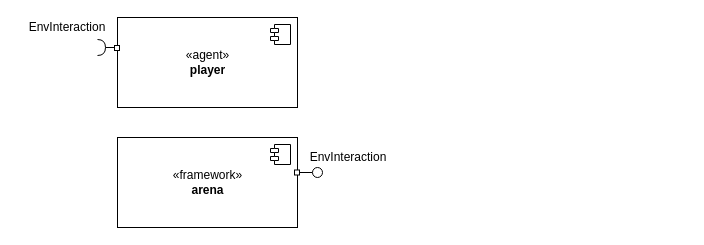
Earlier version of the draw.io diagram page "component" (2 of 3) of Documentation/game_world_1st_draft.drawio (MARS-Group-HAW/model-mars-laser-tag-game). Source tidied: cells renumbered, new cells numbered last; positions are measured from the earlier drawing's top-left corner, leaving out a move shared by most shapes. Both pictures are drawn from the tidied source at 100%, with x=0, y=0 at pixel (17, 17).
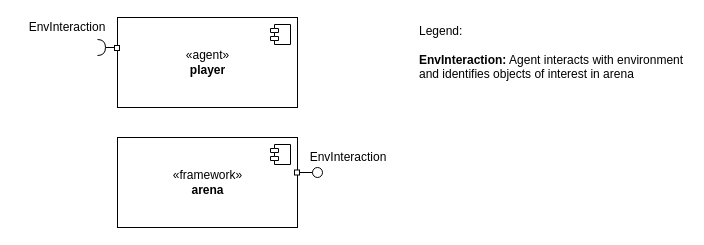
The same diagram, later.

Commit message (it also covers changes not shown here):
added legend to component diagram

The edit, as a diff of the source:
```diff
@@
 <mxGraphModel>
   <root>
     <mxCell id="0" />
     <mxCell id="1" parent="0" />
     <mxCell id="2" value="«agent»&lt;br&gt;&lt;b&gt;player&lt;/b&gt;" style="html=1;" parent="1" vertex="1">
       <mxGeometry x="100" width="180" height="90" as="geometry" />
     </mxCell>
     <mxCell id="3" style="shape=component;jettyWidth=8;jettyHeight=4;" parent="2" vertex="1">
       <mxGeometry x="1" width="20" height="20" relative="1" as="geometry">
         <mxPoint x="-27" y="7" as="offset" />
       </mxGeometry>
     </mxCell>
     <mxCell id="4" style="rounded=0;orthogonalLoop=1;jettySize=auto;html=1;endArrow=halfCircle;endFill=0;entryX=0.5;entryY=0.5;entryDx=0;entryDy=0;endSize=6;strokeWidth=1;" parent="1" edge="1">
       <mxGeometry relative="1" as="geometry">
         <mxPoint x="100" y="30" as="sourcePoint" />
         <mxPoint x="80" y="30" as="targetPoint" />
       </mxGeometry>
     </mxCell>
     <mxCell id="5" value="EnvInteraction" style="text;html=1;strokeColor=none;fillColor=none;align=center;verticalAlign=middle;whiteSpace=wrap;rounded=0;" parent="1" vertex="1">
       <mxGeometry width="100" height="20" as="geometry" />
     </mxCell>
     <mxCell id="6" style="whiteSpace=wrap;html=1;" parent="1" vertex="1">
       <mxGeometry x="97" y="28" width="5" height="5" as="geometry" />
     </mxCell>
     <mxCell id="7" value="«framework»&lt;br&gt;&lt;b&gt;arena&lt;/b&gt;" style="html=1;" parent="1" vertex="1">
       <mxGeometry x="100" y="120" width="180" height="90" as="geometry" />
     </mxCell>
     <mxCell id="8" style="shape=component;jettyWidth=8;jettyHeight=4;" parent="7" vertex="1">
       <mxGeometry x="1" width="20" height="20" relative="1" as="geometry">
         <mxPoint x="-27" y="7" as="offset" />
       </mxGeometry>
     </mxCell>
     <mxCell id="9" style="rounded=0;orthogonalLoop=1;jettySize=auto;html=1;endArrow=none;endFill=0;" parent="1" edge="1">
       <mxGeometry relative="1" as="geometry">
         <mxPoint x="282" y="195" as="sourcePoint" />
         <mxPoint x="282" y="195" as="targetPoint" />
       </mxGeometry>
     </mxCell>
     <mxCell id="10" style="rounded=0;jettySize=auto;html=1;endArrow=none;endFill=0;" parent="1" edge="1" target="11">
       <mxGeometry relative="1" as="geometry">
         <mxPoint x="282" y="155" as="sourcePoint" />
       </mxGeometry>
     </mxCell>
     <mxCell id="11" style="ellipse;whiteSpace=wrap;html=1;fontFamily=Helvetica;fontSize=12;fontColor=#000000;align=center;strokeColor=#000000;fillColor=#ffffff;points=[];" parent="1" vertex="1">
       <mxGeometry x="295" y="150" width="10" height="10" as="geometry" />
     </mxCell>
     <mxCell id="12" style="whiteSpace=wrap;html=1;" parent="1" vertex="1">
       <mxGeometry x="277" y="152.5" width="5" height="5" as="geometry" />
     </mxCell>
     <mxCell id="13" value="EnvInteraction" style="text;html=1;strokeColor=none;fillColor=none;align=center;verticalAlign=middle;whiteSpace=wrap;rounded=0;" parent="1" vertex="1">
       <mxGeometry x="282" y="130" width="98" height="20" as="geometry" />
     </mxCell>
+    <mxCell id="14" value="&lt;div align=&quot;left&quot;&gt;Legend:&lt;/div&gt;&lt;div align=&quot;left&quot;&gt;&lt;br&gt;&lt;/div&gt;&lt;div align=&quot;left&quot;&gt;&lt;b&gt;EnvInteraction:&lt;/b&gt; Agent interacts with environment and identifies objects of interest in arena&lt;br&gt;&lt;/div&gt;" style="text;html=1;strokeColor=none;fillColor=none;align=left;verticalAlign=middle;whiteSpace=wrap;rounded=0;" parent="1" vertex="1">
+      <mxGeometry x="400" y="0.5" width="270" height="69.5" as="geometry" />
+    </mxCell>
   </root>
 </mxGraphModel>
```
